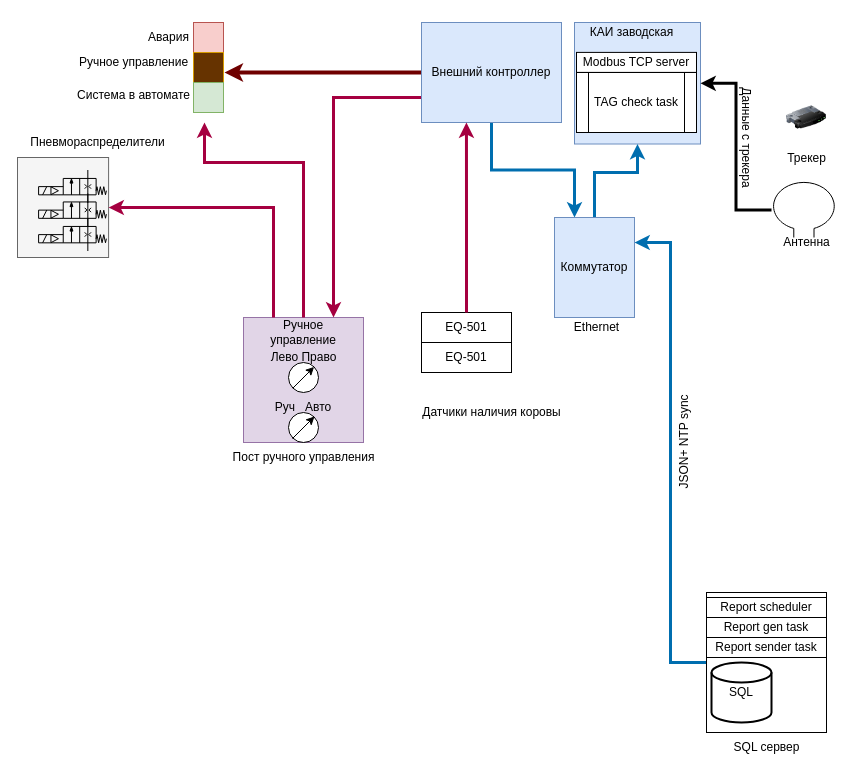
megavad/Diagrams keeps this draw.io diagram as page "v1" (4 of 4) of KAI.drawio. Above is the earlier version. Source tidied: cells renumbered, new cells numbered last; positions are measured from the earlier drawing's top-left corner, leaving out a move shared by most shapes. Both pictures are drawn from the tidied source at 100%, with x=0, y=0 at pixel (17, 17).
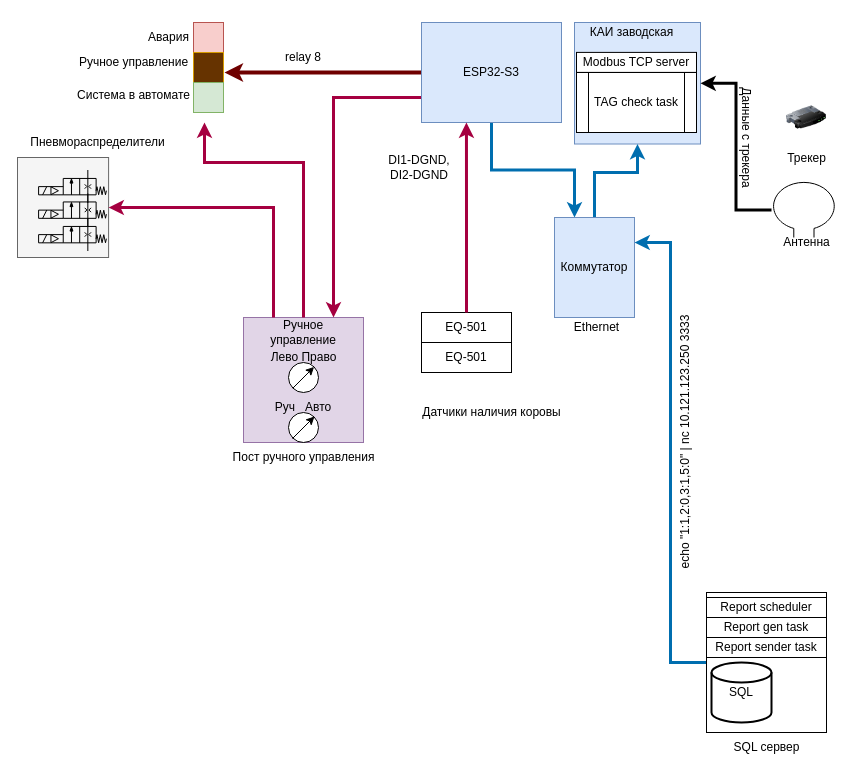
Above is the later version.

What changed in the source:
```diff
@@
-    <mxCell id="30" value="JSON+ NTP sync" style="text;html=1;align=center;verticalAlign=middle;strokeColor=none;fillColor=none;rotation=270;" parent="1" vertex="1">
-      <mxGeometry x="607" y="410" width="120" height="30" as="geometry" />
+    <mxCell id="30" value="&lt;p style=&quot;margin: 0px; font-style: normal; font-variant-caps: normal; font-width: normal; line-height: normal; font-family: &amp;quot;Andale Mono&amp;quot;; font-size-adjust: none; font-kerning: auto; font-variant-alternates: normal; font-variant-ligatures: normal; font-variant-numeric: normal; font-variant-east-asian: normal; font-variant-position: normal; font-feature-settings: normal; font-optical-sizing: auto; font-variation-settings: normal;&quot;&gt;&lt;span style=&quot;font-variant-ligatures: no-common-ligatures&quot;&gt;echo &quot;1:1,2:0,3:1,5:0&quot; | nc 10.121.123.250 3333&lt;/span&gt;&lt;/p&gt;" style="text;html=1;align=center;verticalAlign=middle;rotation=270;fontColor=light-dark(#000000,#00FF00);labelBackgroundColor=default;" parent="1" vertex="1">
+      <mxGeometry x="487" y="410" width="360" height="30" as="geometry" />
     </mxCell>
@@
-    <mxCell id="46" value="Внешний контроллер" style="rounded=0;whiteSpace=wrap;html=1;fillColor=#dae8fc;strokeColor=#6c8ebf;" parent="1" vertex="1">
+    <mxCell id="46" value="ESP32-S3" style="rounded=0;whiteSpace=wrap;html=1;fillColor=#dae8fc;strokeColor=#6c8ebf;" parent="1" vertex="1">
       <mxGeometry x="404" y="5" width="140" height="100" as="geometry" />
     </mxCell>
@@
+    <mxCell id="52" value="relay 8" style="text;html=1;whiteSpace=wrap;strokeColor=none;fillColor=none;align=center;verticalAlign=middle;rounded=0;" parent="1" vertex="1">
+      <mxGeometry x="256" y="24.9" width="60" height="30" as="geometry" />
+    </mxCell>
+    <mxCell id="53" value="DI1-DGND,&lt;div&gt;DI2-DGND&lt;/div&gt;" style="text;html=1;whiteSpace=wrap;strokeColor=none;fillColor=none;align=center;verticalAlign=middle;rounded=0;" parent="1" vertex="1">
+      <mxGeometry x="347" y="135" width="110" height="30" as="geometry" />
+    </mxCell>
```
